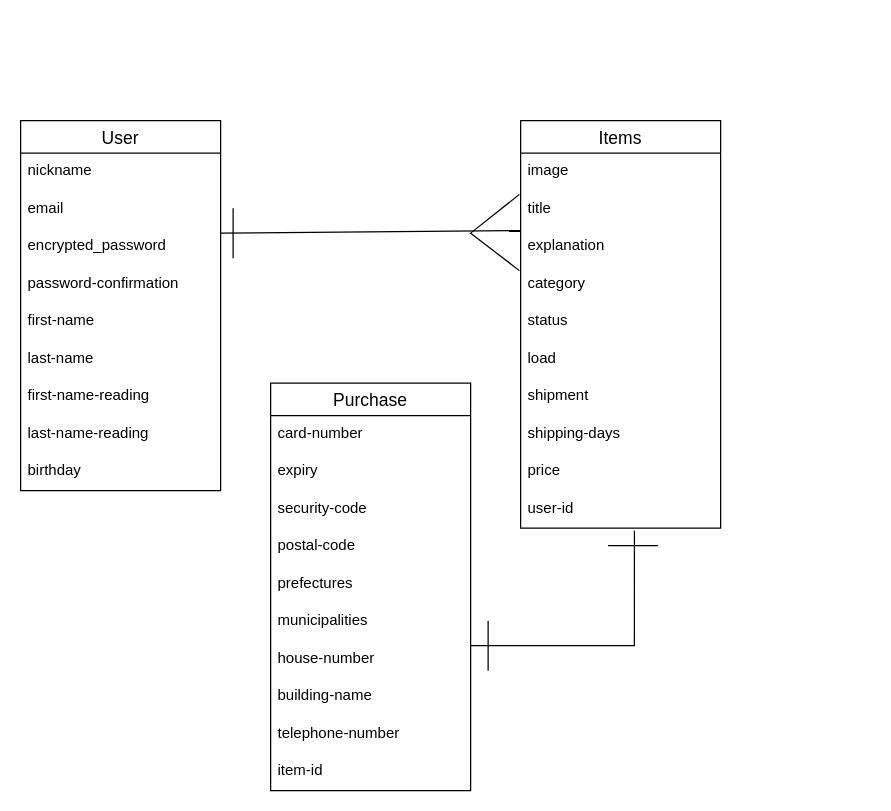
Above: correlation_diagram.dio in souka-yuzuki/furima-36781 (draw.io), before the change. Source tidied: cells renumbered, new cells numbered last; positions are measured from the earlier drawing's top-left corner, leaving out a move shared by most shapes. Both pictures are drawn from the tidied source at 125%, with x=0, y=0 at pixel (20, 120).
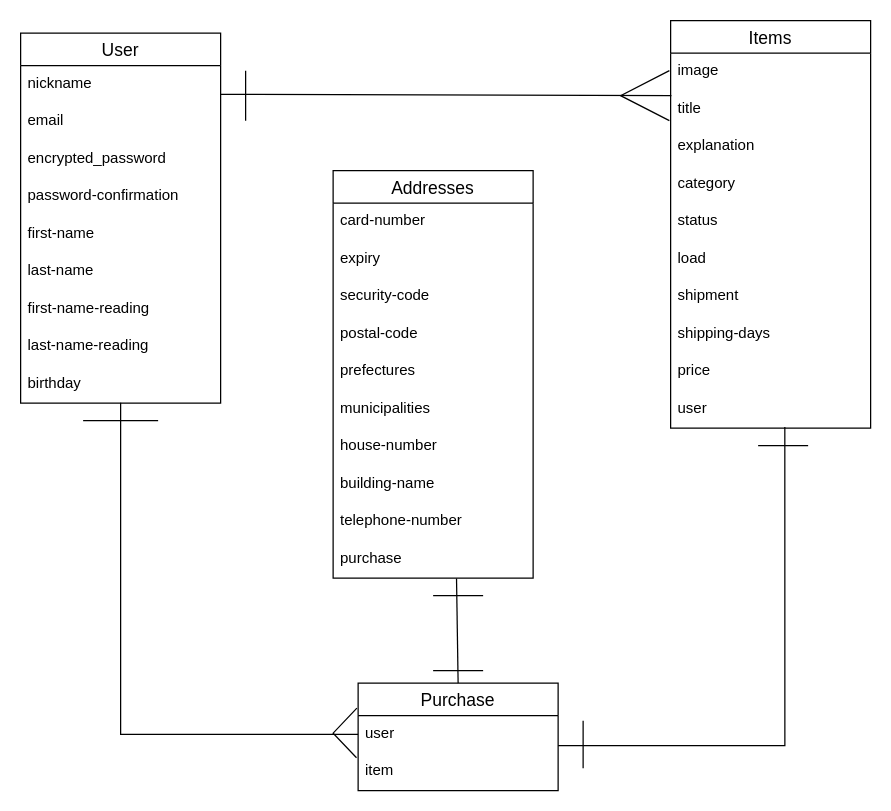
The same page after the edit.

Commit message (it also covers changes not shown here):
テーブル設計の見直し・修正

Unchanged cells that the change refers to:
```xml
<mxCell id="3" value="nickname" style="text;strokeColor=none;fillColor=none;spacingLeft=4;spacingRight=4;overflow=hidden;points=[[0,0.5],[1,0.5]];portConstraint=eastwest;fontSize=12;" parent="2" vertex="1">
  <mxGeometry y="26" width="160" height="30" as="geometry" />
</mxCell>
<mxCell id="11" value="birthday" style="text;strokeColor=none;fillColor=none;spacingLeft=4;spacingRight=4;overflow=hidden;points=[[0,0.5],[1,0.5]];portConstraint=eastwest;fontSize=12;" parent="2" vertex="1">
  <mxGeometry y="266" width="160" height="30" as="geometry" />
</mxCell>
<mxCell id="14" value="title" style="text;strokeColor=none;fillColor=none;spacingLeft=4;spacingRight=4;overflow=hidden;points=[[0,0.5],[1,0.5]];portConstraint=eastwest;fontSize=12;" parent="12" vertex="1">
  <mxGeometry y="56" width="160" height="30" as="geometry" />
</mxCell>
<mxCell id="15" value="explanation" style="text;strokeColor=none;fillColor=none;spacingLeft=4;spacingRight=4;overflow=hidden;points=[[0,0.5],[1,0.5]];portConstraint=eastwest;fontSize=12;" parent="12" vertex="1">
  <mxGeometry y="86" width="160" height="30" as="geometry" />
</mxCell>
```

Change to the diagram source:
```diff
@@
     <mxCell id="2" value="User" style="swimlane;fontStyle=0;horizontal=1;startSize=26;align=center;fontSize=14;" parent="1" vertex="1">
-      <mxGeometry width="160" height="296" as="geometry" />
+      <mxGeometry y="-70" width="160" height="296" as="geometry" />
     </mxCell>
@@
     <mxCell id="12" value="Items" style="swimlane;fontStyle=0;horizontal=1;startSize=26;align=center;fontSize=14;" parent="1" vertex="1">
-      <mxGeometry x="400" width="160" height="326" as="geometry" />
+      <mxGeometry x="520" y="-80" width="160" height="326" as="geometry" />
     </mxCell>
@@
-    <mxCell id="22" value="user-id" style="text;strokeColor=none;fillColor=none;spacingLeft=4;spacingRight=4;overflow=hidden;points=[[0,0.5],[1,0.5]];portConstraint=eastwest;fontSize=12;" parent="12" vertex="1">
+    <mxCell id="22" value="user" style="text;strokeColor=none;fillColor=none;spacingLeft=4;spacingRight=4;overflow=hidden;points=[[0,0.5],[1,0.5]];portConstraint=eastwest;fontSize=12;" parent="12" vertex="1">
       <mxGeometry y="296" width="160" height="30" as="geometry" />
     </mxCell>
+    <mxCell id="36" style="endArrow=none;html=1;rounded=0;" parent="12" edge="1">
+      <mxGeometry relative="1" as="geometry">
+        <mxPoint x="-1" y="80" as="sourcePoint" />
+        <mxPoint x="-1" y="40" as="targetPoint" />
+        <Array as="points">
+          <mxPoint x="-40" y="60" />
+        </Array>
+      </mxGeometry>
+    </mxCell>
     <mxCell id="23" value="Purchase" style="swimlane;fontStyle=0;horizontal=1;startSize=26;align=center;fontSize=14;" parent="1" vertex="1">
-      <mxGeometry x="200" y="210" width="160" height="326" as="geometry" />
+      <mxGeometry x="270" y="450" width="160" height="86" as="geometry" />
     </mxCell>
+    <mxCell id="32" value="user" style="text;strokeColor=none;fillColor=none;spacingLeft=4;spacingRight=4;overflow=hidden;points=[[0,0.5],[1,0.5]];portConstraint=eastwest;fontSize=12;" parent="23" vertex="1">
+      <mxGeometry y="26" width="160" height="30" as="geometry" />
+    </mxCell>
+    <mxCell id="33" value="item" style="text;strokeColor=none;fillColor=none;spacingLeft=4;spacingRight=4;overflow=hidden;points=[[0,0.5],[1,0.5]];portConstraint=eastwest;fontSize=12;" parent="23" vertex="1">
+      <mxGeometry y="56" width="160" height="30" as="geometry" />
+    </mxCell>
+    <mxCell id="34" style="endArrow=none;html=1;rounded=0;exitX=1;exitY=0.767;exitDx=0;exitDy=0;exitPerimeter=0;entryX=0.004;entryY=0.133;entryDx=0;entryDy=0;entryPerimeter=0;" parent="1" edge="1" source="3" target="14">
+      <mxGeometry relative="1" as="geometry" />
+    </mxCell>
+    <mxCell id="35" style="endArrow=none;html=1;rounded=0;edgeStyle=orthogonalEdgeStyle;entryX=0.571;entryY=0.967;entryDx=0;entryDy=0;entryPerimeter=0;" parent="1" edge="1" target="22">
+      <mxGeometry relative="1" as="geometry">
+        <mxPoint x="430" y="500" as="sourcePoint" />
+        <Array as="points">
+          <mxPoint x="611" y="500" />
+        </Array>
+      </mxGeometry>
+    </mxCell>
+    <mxCell id="37" style="endArrow=none;html=1;rounded=0;" parent="1" edge="1">
+      <mxGeometry relative="1" as="geometry">
+        <mxPoint x="180" y="-40" as="sourcePoint" />
+        <mxPoint x="180" as="targetPoint" />
+      </mxGeometry>
+    </mxCell>
+    <mxCell id="38" style="endArrow=none;html=1;rounded=0;" parent="1" edge="1">
+      <mxGeometry relative="1" as="geometry">
+        <mxPoint x="450" y="480" as="sourcePoint" />
+        <mxPoint x="450" y="518" as="targetPoint" />
+      </mxGeometry>
+    </mxCell>
+    <mxCell id="39" style="endArrow=none;html=1;rounded=0;" parent="1" edge="1">
+      <mxGeometry relative="1" as="geometry">
+        <mxPoint x="590" y="260" as="sourcePoint" />
+        <mxPoint x="630" y="260" as="targetPoint" />
+      </mxGeometry>
+    </mxCell>
+    <mxCell id="40" value="Addresses" style="swimlane;fontStyle=0;horizontal=1;startSize=26;align=center;fontSize=14;" parent="1" vertex="1">
+      <mxGeometry x="250" y="40" width="160" height="326" as="geometry" />
+    </mxCell>
-    <mxCell id="24" value="card-number" style="text;strokeColor=none;fillColor=none;spacingLeft=4;spacingRight=4;overflow=hidden;fontSize=12;" parent="23" vertex="1">
+    <mxCell id="24" value="card-number" style="text;strokeColor=none;fillColor=none;spacingLeft=4;spacingRight=4;overflow=hidden;fontSize=12;" parent="40" vertex="1">
       <mxGeometry y="26" width="160" height="30" as="geometry" />
     </mxCell>
-    <mxCell id="25" value="expiry" style="text;strokeColor=none;fillColor=none;spacingLeft=4;spacingRight=4;overflow=hidden;fontSize=12;" parent="23" vertex="1">
+    <mxCell id="25" value="expiry" style="text;strokeColor=none;fillColor=none;spacingLeft=4;spacingRight=4;overflow=hidden;fontSize=12;" parent="40" vertex="1">
       <mxGeometry y="56" width="160" height="30" as="geometry" />
     </mxCell>
-    <mxCell id="26" value="security-code" style="text;strokeColor=none;fillColor=none;spacingLeft=4;spacingRight=4;overflow=hidden;fontSize=12;" parent="23" vertex="1">
+    <mxCell id="26" value="security-code" style="text;strokeColor=none;fillColor=none;spacingLeft=4;spacingRight=4;overflow=hidden;fontSize=12;" parent="40" vertex="1">
       <mxGeometry y="86" width="160" height="30" as="geometry" />
     </mxCell>
-    <mxCell id="27" value="postal-code" style="text;strokeColor=none;fillColor=none;spacingLeft=4;spacingRight=4;overflow=hidden;fontSize=12;" parent="23" vertex="1">
+    <mxCell id="27" value="postal-code" style="text;strokeColor=none;fillColor=none;spacingLeft=4;spacingRight=4;overflow=hidden;fontSize=12;" parent="40" vertex="1">
       <mxGeometry y="116" width="160" height="30" as="geometry" />
     </mxCell>
-    <mxCell id="28" value="prefectures" style="text;strokeColor=none;fillColor=none;spacingLeft=4;spacingRight=4;overflow=hidden;fontSize=12;" parent="23" vertex="1">
+    <mxCell id="28" value="prefectures" style="text;strokeColor=none;fillColor=none;spacingLeft=4;spacingRight=4;overflow=hidden;fontSize=12;" parent="40" vertex="1">
       <mxGeometry y="146" width="160" height="30" as="geometry" />
     </mxCell>
-    <mxCell id="29" value="municipalities" style="text;strokeColor=none;fillColor=none;spacingLeft=4;spacingRight=4;overflow=hidden;fontSize=12;" parent="23" vertex="1">
+    <mxCell id="29" value="municipalities" style="text;strokeColor=none;fillColor=none;spacingLeft=4;spacingRight=4;overflow=hidden;fontSize=12;" parent="40" vertex="1">
       <mxGeometry y="176" width="160" height="30" as="geometry" />
     </mxCell>
-    <mxCell id="30" value="house-number" style="text;strokeColor=none;fillColor=none;spacingLeft=4;spacingRight=4;overflow=hidden;fontSize=12;" parent="23" vertex="1">
+    <mxCell id="30" value="house-number" style="text;strokeColor=none;fillColor=none;spacingLeft=4;spacingRight=4;overflow=hidden;fontSize=12;" parent="40" vertex="1">
       <mxGeometry y="206" width="160" height="30" as="geometry" />
     </mxCell>
-    <mxCell id="31" value="building-name" style="text;strokeColor=none;fillColor=none;spacingLeft=4;spacingRight=4;overflow=hidden;fontSize=12;" parent="23" vertex="1">
+    <mxCell id="31" value="building-name" style="text;strokeColor=none;fillColor=none;spacingLeft=4;spacingRight=4;overflow=hidden;fontSize=12;" parent="40" vertex="1">
       <mxGeometry y="236" width="160" height="30" as="geometry" />
     </mxCell>
-    <mxCell id="32" value="telephone-number" style="text;strokeColor=none;fillColor=none;spacingLeft=4;spacingRight=4;overflow=hidden;points=[[0,0.5],[1,0.5]];portConstraint=eastwest;fontSize=12;" parent="23" vertex="1">
-      <mxGeometry y="266" width="160" height="30" as="geometry" />
-    </mxCell>
-    <mxCell id="33" value="item-id" style="text;strokeColor=none;fillColor=none;spacingLeft=4;spacingRight=4;overflow=hidden;points=[[0,0.5],[1,0.5]];portConstraint=eastwest;fontSize=12;" parent="23" vertex="1">
-      <mxGeometry y="296" width="160" height="30" as="geometry" />
-    </mxCell>
-    <mxCell id="34" style="endArrow=none;html=1;rounded=0;entryX=0;entryY=0.067;entryDx=0;entryDy=0;entryPerimeter=0;" parent="1" edge="1" target="15">
-      <mxGeometry relative="1" as="geometry">
-        <mxPoint x="160" y="90" as="sourcePoint" />
-      </mxGeometry>
-    </mxCell>
-    <mxCell id="35" style="endArrow=none;html=1;rounded=0;edgeStyle=orthogonalEdgeStyle;entryX=0.569;entryY=1.067;entryDx=0;entryDy=0;entryPerimeter=0;" parent="1" edge="1" target="22">
-      <mxGeometry relative="1" as="geometry">
-        <mxPoint x="360" y="420" as="sourcePoint" />
-        <Array as="points">
-          <mxPoint x="491" y="420" />
-        </Array>
-      </mxGeometry>
-    </mxCell>
-    <mxCell id="36" style="endArrow=none;html=1;rounded=0;entryX=-0.006;entryY=0.1;entryDx=0;entryDy=0;entryPerimeter=0;" parent="1" edge="1" target="14">
-      <mxGeometry relative="1" as="geometry">
-        <mxPoint x="399" y="120" as="sourcePoint" />
-        <Array as="points">
-          <mxPoint x="360" y="90" />
-        </Array>
-      </mxGeometry>
-    </mxCell>
-    <mxCell id="37" style="endArrow=none;html=1;rounded=0;" parent="1" edge="1">
-      <mxGeometry relative="1" as="geometry">
-        <mxPoint x="170" y="70" as="sourcePoint" />
-        <mxPoint x="170" y="110" as="targetPoint" />
-      </mxGeometry>
-    </mxCell>
-    <mxCell id="38" style="endArrow=none;html=1;rounded=0;" parent="1" edge="1">
-      <mxGeometry relative="1" as="geometry">
-        <mxPoint x="374" y="400" as="sourcePoint" />
-        <mxPoint x="374" y="440" as="targetPoint" />
-      </mxGeometry>
-    </mxCell>
-    <mxCell id="39" style="endArrow=none;html=1;rounded=0;" parent="1" edge="1">
-      <mxGeometry relative="1" as="geometry">
-        <mxPoint x="470" y="340" as="sourcePoint" />
-        <mxPoint x="510" y="340" as="targetPoint" />
-      </mxGeometry>
-    </mxCell>
+    <mxCell id="41" value="telephone-number" style="text;strokeColor=none;fillColor=none;spacingLeft=4;spacingRight=4;overflow=hidden;fontSize=12;" parent="40" vertex="1">
+      <mxGeometry y="266" width="160" height="30" as="geometry" />
+    </mxCell>
+    <mxCell id="42" value="purchase" style="text;strokeColor=none;fillColor=none;spacingLeft=4;spacingRight=4;overflow=hidden;points=[[0,0.5],[1,0.5]];portConstraint=eastwest;fontSize=12;" parent="40" vertex="1">
+      <mxGeometry y="296" width="160" height="30" as="geometry" />
+    </mxCell>
+    <mxCell id="43" style="endArrow=none;html=1;rounded=0;entryX=0;entryY=0.5;entryDx=0;entryDy=0;exitX=0.5;exitY=0.989;exitDx=0;exitDy=0;exitPerimeter=0;" parent="1" edge="1" source="11" target="32">
+      <mxGeometry relative="1" as="geometry">
+        <Array as="points">
+          <mxPoint x="80" y="491" />
+        </Array>
+      </mxGeometry>
+    </mxCell>
+    <mxCell id="44" style="endArrow=none;html=1;rounded=0;" parent="1" edge="1">
+      <mxGeometry relative="1" as="geometry">
+        <mxPoint x="50" y="240" as="sourcePoint" />
+        <mxPoint x="110" y="240" as="targetPoint" />
+      </mxGeometry>
+    </mxCell>
+    <mxCell id="45" style="endArrow=none;html=1;rounded=0;exitX=-0.008;exitY=0.122;exitDx=0;exitDy=0;exitPerimeter=0;" parent="1" edge="1" source="33">
+      <mxGeometry relative="1" as="geometry">
+        <mxPoint x="269" y="470" as="targetPoint" />
+        <Array as="points">
+          <mxPoint x="250" y="490" />
+        </Array>
+      </mxGeometry>
+    </mxCell>
+    <mxCell id="46" style="endArrow=none;html=1;rounded=0;exitX=0.5;exitY=0;exitDx=0;exitDy=0;entryX=0.617;entryY=1.011;entryDx=0;entryDy=0;entryPerimeter=0;" parent="1" edge="1" source="23" target="42">
+      <mxGeometry relative="1" as="geometry" />
+    </mxCell>
+    <mxCell id="47" style="endArrow=none;html=1;rounded=0;" parent="1" edge="1">
+      <mxGeometry relative="1" as="geometry">
+        <mxPoint x="330" y="380" as="sourcePoint" />
+        <mxPoint x="370" y="380" as="targetPoint" />
+      </mxGeometry>
+    </mxCell>
+    <mxCell id="48" style="endArrow=none;html=1;rounded=0;" parent="1" edge="1">
+      <mxGeometry relative="1" as="geometry">
+        <mxPoint x="330" y="440" as="sourcePoint" />
+        <mxPoint x="370" y="440" as="targetPoint" />
+      </mxGeometry>
+    </mxCell>
```
